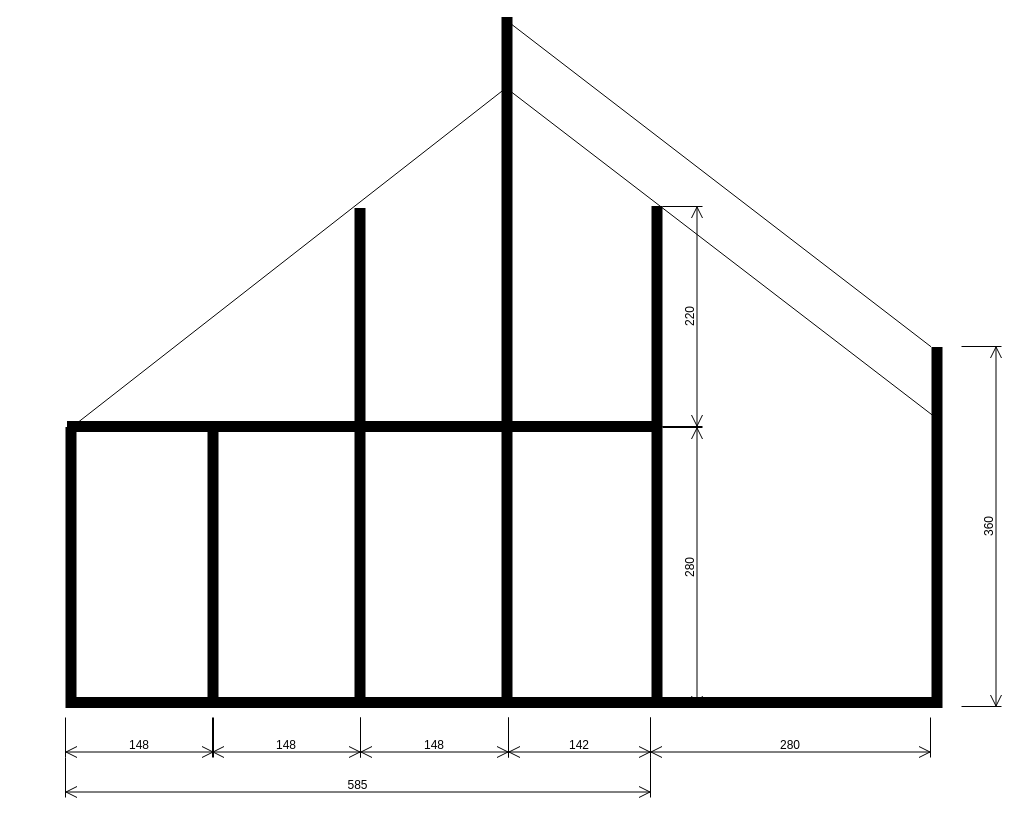
This is House.drawio from algimas/tmp, a draw.io file, before an edit. Source tidied: cells renumbered, new cells numbered last; positions are measured from the earlier drawing's top-left corner, leaving out a move shared by most shapes. Both pictures are drawn from the tidied source at 100%, with x=0, y=0 at pixel (65, 17).
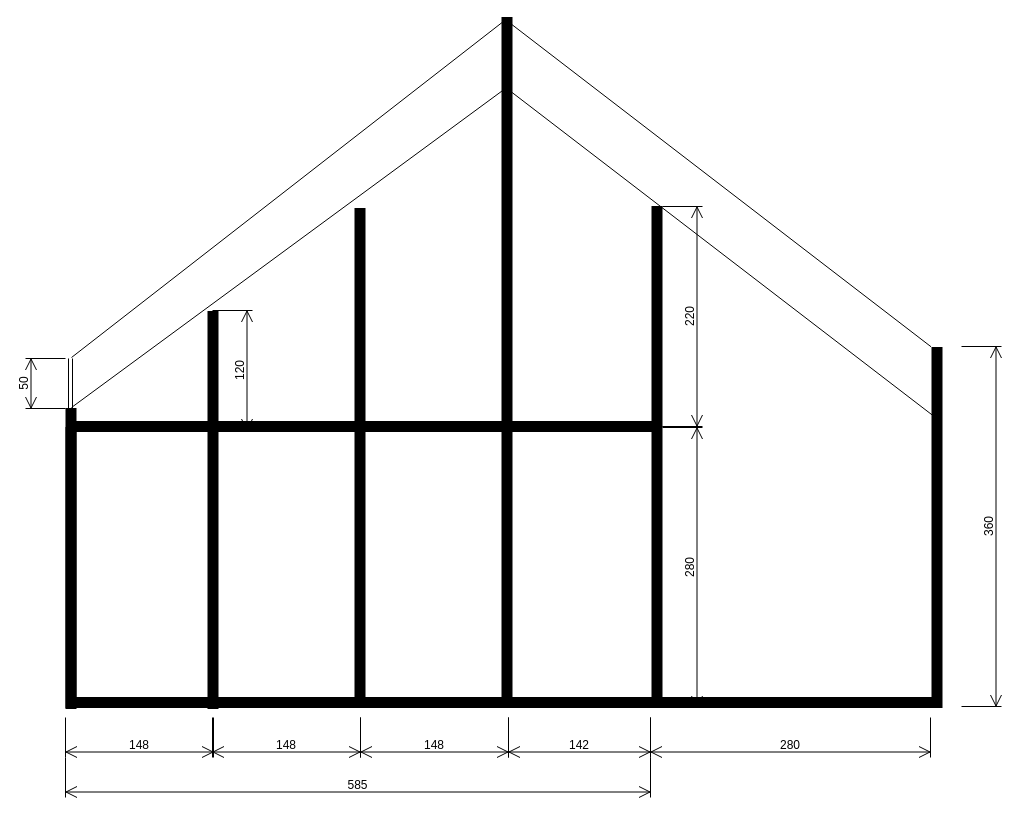
The same page after the edit.

Unchanged cells that the change refers to:
```xml
<mxCell id="5" style="verticalLabelPosition=bottom;html=1;verticalAlign=top;align=center;shape=mxgraph.floorplan.wall;fillColor=strokeColor;direction=south;" parent="1" vertex="1">
  <mxGeometry x="436" width="11" height="680" as="geometry" />
</mxCell>
<mxCell id="18" style="verticalLabelPosition=bottom;html=1;verticalAlign=top;align=center;shape=mxgraph.floorplan.wall;fillColor=strokeColor;" parent="1" vertex="1">
  <mxGeometry x="2" y="404" width="585" height="10" as="geometry" />
</mxCell>
```

Change to the diagram source:
```diff
@@
     <mxCell id="22" style="verticalLabelPosition=bottom;html=1;verticalAlign=top;align=center;shape=mxgraph.floorplan.wall;fillColor=strokeColor;direction=south;" parent="1" vertex="1">
-      <mxGeometry x="142" y="408" width="11" height="280" as="geometry" />
+      <mxGeometry x="142" y="411" width="11" height="280" as="geometry" />
     </mxCell>
@@
-    <mxCell id="25" style="endArrow=none;html=1;rounded=0;entryX=0.106;entryY=0.779;entryDx=0;entryDy=0;entryPerimeter=0;exitX=0.011;exitY=0.4;exitDx=0;exitDy=0;exitPerimeter=0;" parent="1" edge="1" source="18" target="5">
-      <mxGeometry relative="1" as="geometry" />
+    <mxCell id="25" style="endArrow=none;html=1;rounded=0;entryX=0.106;entryY=0.779;entryDx=0;entryDy=0;entryPerimeter=0;" parent="1" edge="1" target="5">
+      <mxGeometry relative="1" as="geometry">
+        <mxPoint x="6" y="390" as="sourcePoint" />
+      </mxGeometry>
     </mxCell>
+    <mxCell id="26" style="endArrow=none;html=1;rounded=0;entryX=0.003;entryY=0.649;entryDx=0;entryDy=0;entryPerimeter=0;" parent="1" edge="1">
+      <mxGeometry relative="1" as="geometry">
+        <mxPoint x="6" y="340" as="sourcePoint" />
+        <mxPoint x="443" as="targetPoint" />
+      </mxGeometry>
+    </mxCell>
+    <mxCell id="27" style="verticalLabelPosition=bottom;html=1;verticalAlign=top;align=center;shape=mxgraph.floorplan.wall;fillColor=strokeColor;direction=south;" parent="1" vertex="1">
+      <mxGeometry y="391" width="11" height="300" as="geometry" />
+    </mxCell>
+    <mxCell id="28" value="120" style="shape=dimension;direction=north;whiteSpace=wrap;html=1;align=center;verticalAlign=bottom;labelBackgroundColor=none;horizontal=0;spacingBottom=3;" parent="1" vertex="1">
+      <mxGeometry x="147" y="293" width="40" height="120" as="geometry" />
+    </mxCell>
+    <mxCell id="29" style="verticalLabelPosition=bottom;html=1;verticalAlign=top;align=center;shape=mxgraph.floorplan.wall;fillColor=strokeColor;direction=south;" parent="1" vertex="1">
+      <mxGeometry x="142" y="294" width="11" height="120" as="geometry" />
+    </mxCell>
+    <mxCell id="30" value="50" style="shape=dimension;direction=south;whiteSpace=wrap;html=1;align=center;verticalAlign=top;labelBackgroundColor=none;horizontal=0;spacingTop=-15;" parent="1" vertex="1">
+      <mxGeometry x="-40" y="341" width="40" height="50" as="geometry" />
+    </mxCell>
+    <mxCell id="31" style="shape=link;endArrow=classic;html=1;rounded=0;" parent="1" edge="1">
+      <mxGeometry relative="1" as="geometry">
+        <mxPoint x="5" y="391" as="sourcePoint" />
+        <mxPoint x="5" y="341" as="targetPoint" />
+      </mxGeometry>
+    </mxCell>
```
